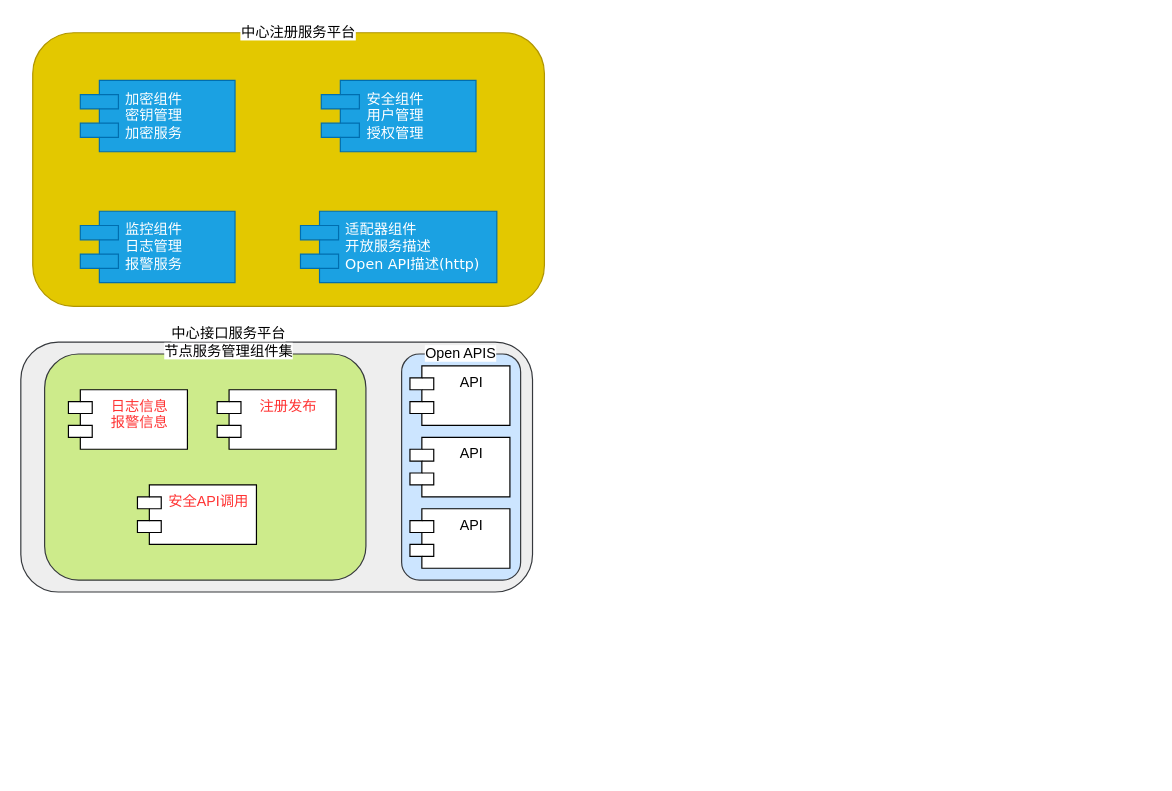
Before: Untitled Diagram.drawio in liufeng4466/dubbo, a draw.io diagram. Source tidied: cells renumbered, new cells numbered last; positions are measured from the earlier drawing's top-left corner, leaving out a move shared by most shapes. Both pictures are drawn from the tidied source at 119%, with x=0, y=0 at pixel (20, 20).
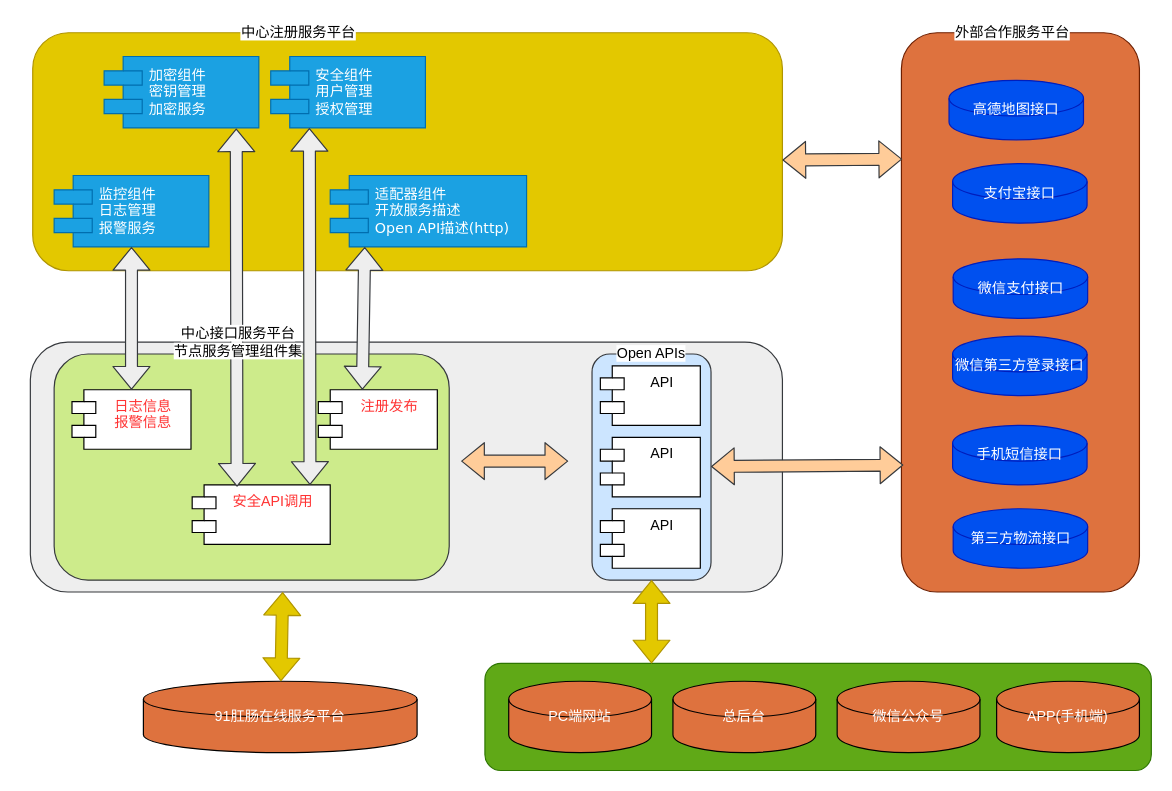
The same diagram, later.

Diff of the diagram source:
```diff
@@
+    <mxCell id="19" style="group;" parent="1" vertex="1">
+      <mxGeometry x="8" width="942" height="630" as="geometry" />
+    </mxCell>
-    <mxCell id="2" style="rounded=1;whiteSpace=wrap;html=1;fillColor=#eeeeee;strokeColor=#36393d;" parent="1" vertex="1">
-      <mxGeometry y="270" width="430" height="210" as="geometry" />
+    <mxCell id="2" style="rounded=1;whiteSpace=wrap;html=1;fillColor=#eeeeee;strokeColor=#36393d;" parent="19" vertex="1">
+      <mxGeometry y="270" width="632" height="210" as="geometry" />
     </mxCell>
-    <mxCell id="3" style="rounded=1;whiteSpace=wrap;html=1;fillColor=#cdeb8b;strokeColor=#36393d;" parent="1" vertex="1">
-      <mxGeometry x="20" y="280" width="270" height="190" as="geometry" />
+    <mxCell id="3" style="rounded=1;whiteSpace=wrap;html=1;fillColor=#cdeb8b;strokeColor=#36393d;" parent="19" vertex="1">
+      <mxGeometry x="20" y="280" width="332" height="190" as="geometry" />
     </mxCell>
-    <mxCell id="4" value="日志信息&#10;报警信息" style="shape=module;align=left;spacingLeft=20;align=center;verticalAlign=top;fontColor=#FF3333;" parent="1" vertex="1">
-      <mxGeometry x="40" y="310" width="100" height="50" as="geometry" />
+    <mxCell id="4" value="日志信息&#10;报警信息" style="shape=module;align=left;spacingLeft=20;align=center;verticalAlign=top;fontColor=#FF3333;" parent="19" vertex="1">
+      <mxGeometry x="35" y="310" width="100" height="50" as="geometry" />
     </mxCell>
-    <mxCell id="5" value="注册发布" style="shape=module;align=left;spacingLeft=20;align=center;verticalAlign=top;fontColor=#FF3333;" parent="1" vertex="1">
-      <mxGeometry x="165" y="310" width="100" height="50" as="geometry" />
+    <mxCell id="5" value="注册发布" style="shape=module;align=left;spacingLeft=20;align=center;verticalAlign=top;fontColor=#FF3333;" parent="19" vertex="1">
+      <mxGeometry x="242" y="310" width="100" height="50" as="geometry" />
     </mxCell>
-    <mxCell id="6" value="安全API调用" style="shape=module;align=left;spacingLeft=20;align=center;verticalAlign=top;fontColor=#FF3333;" parent="1" vertex="1">
-      <mxGeometry x="98" y="390" width="100" height="50" as="geometry" />
+    <mxCell id="6" value="安全API调用" style="shape=module;align=left;spacingLeft=20;align=center;verticalAlign=top;fontColor=#FF3333;" parent="19" vertex="1">
+      <mxGeometry x="136" y="390" width="116" height="50" as="geometry" />
     </mxCell>
-    <mxCell id="7" style="rounded=1;whiteSpace=wrap;html=1;fillColor=#cce5ff;strokeColor=#36393d;" parent="1" vertex="1">
-      <mxGeometry x="320" y="280" width="100" height="190" as="geometry" />
+    <mxCell id="7" style="rounded=1;whiteSpace=wrap;html=1;fillColor=#cce5ff;strokeColor=#36393d;" parent="19" vertex="1">
+      <mxGeometry x="472" y="280" width="100" height="190" as="geometry" />
     </mxCell>
-    <mxCell id="8" value="API" style="shape=module;align=left;spacingLeft=20;align=center;verticalAlign=top;" parent="1" vertex="1">
-      <mxGeometry x="327" y="290" width="84" height="50" as="geometry" />
+    <mxCell id="8" value="API" style="shape=module;align=left;spacingLeft=20;align=center;verticalAlign=top;" parent="19" vertex="1">
+      <mxGeometry x="479" y="290" width="84" height="50" as="geometry" />
     </mxCell>
-    <mxCell id="9" value="API" style="shape=module;align=left;spacingLeft=20;align=center;verticalAlign=top;" parent="1" vertex="1">
-      <mxGeometry x="327" y="350" width="84" height="50" as="geometry" />
+    <mxCell id="9" value="API" style="shape=module;align=left;spacingLeft=20;align=center;verticalAlign=top;" parent="19" vertex="1">
+      <mxGeometry x="479" y="350" width="84" height="50" as="geometry" />
     </mxCell>
-    <mxCell id="10" value="API" style="shape=module;align=left;spacingLeft=20;align=center;verticalAlign=top;" parent="1" vertex="1">
-      <mxGeometry x="327" y="410" width="84" height="50" as="geometry" />
+    <mxCell id="10" value="API" style="shape=module;align=left;spacingLeft=20;align=center;verticalAlign=top;" parent="19" vertex="1">
+      <mxGeometry x="479" y="410" width="84" height="50" as="geometry" />
     </mxCell>
-    <mxCell id="11" style="rounded=1;whiteSpace=wrap;html=1;fillColor=#e3c800;strokeColor=#B09500;fontColor=#ffffff;" parent="1" vertex="1">
-      <mxGeometry x="10" y="10" width="430" height="230" as="geometry" />
+    <mxCell id="11" style="rounded=1;whiteSpace=wrap;html=1;fillColor=#e3c800;strokeColor=#B09500;fontColor=#ffffff;" parent="19" vertex="1">
+      <mxGeometry x="2" y="10" width="630" height="200" as="geometry" />
     </mxCell>
-    <mxCell id="12" value="加密组件&lt;br&gt;密钥管理&lt;br&gt;加密服务" style="shape=component;align=left;spacingLeft=36;rounded=0;shadow=0;comic=0;labelBackgroundColor=none;strokeWidth=1;fontFamily=Verdana;fontSize=12;html=1;fillColor=#1ba1e2;strokeColor=#006EAF;fontColor=#ffffff;" parent="1" vertex="1">
-      <mxGeometry x="50" y="50" width="130" height="60" as="geometry" />
+    <mxCell id="12" value="加密组件&lt;br&gt;密钥管理&lt;br&gt;加密服务" style="shape=component;align=left;spacingLeft=36;rounded=0;shadow=0;comic=0;labelBackgroundColor=none;strokeWidth=1;fontFamily=Verdana;fontSize=12;html=1;fillColor=#1ba1e2;strokeColor=#006EAF;fontColor=#ffffff;" parent="19" vertex="1">
+      <mxGeometry x="62" y="30" width="130" height="60" as="geometry" />
     </mxCell>
-    <mxCell id="13" value="安全组件&lt;br&gt;用户管理&lt;br&gt;授权管理" style="shape=component;align=left;spacingLeft=36;rounded=0;shadow=0;comic=0;labelBackgroundColor=none;strokeWidth=1;fontFamily=Verdana;fontSize=12;html=1;fillColor=#1ba1e2;strokeColor=#006EAF;fontColor=#ffffff;" parent="1" vertex="1">
-      <mxGeometry x="252.5" y="50" width="130" height="60" as="geometry" />
+    <mxCell id="13" value="安全组件&lt;br&gt;用户管理&lt;br&gt;授权管理" style="shape=component;align=left;spacingLeft=36;rounded=0;shadow=0;comic=0;labelBackgroundColor=none;strokeWidth=1;fontFamily=Verdana;fontSize=12;html=1;fillColor=#1ba1e2;strokeColor=#006EAF;fontColor=#ffffff;" parent="19" vertex="1">
+      <mxGeometry x="202" y="30" width="130" height="60" as="geometry" />
     </mxCell>
-    <mxCell id="14" value="监控组件&lt;br&gt;日志管理&lt;br&gt;报警服务" style="shape=component;align=left;spacingLeft=36;rounded=0;shadow=0;comic=0;labelBackgroundColor=none;strokeWidth=1;fontFamily=Verdana;fontSize=12;html=1;fillColor=#1ba1e2;strokeColor=#006EAF;fontColor=#ffffff;" parent="1" vertex="1">
-      <mxGeometry x="50" y="160" width="130" height="60" as="geometry" />
+    <mxCell id="14" value="监控组件&lt;br&gt;日志管理&lt;br&gt;报警服务" style="shape=component;align=left;spacingLeft=36;rounded=0;shadow=0;comic=0;labelBackgroundColor=none;strokeWidth=1;fontFamily=Verdana;fontSize=12;html=1;fillColor=#1ba1e2;strokeColor=#006EAF;fontColor=#ffffff;" parent="19" vertex="1">
+      <mxGeometry x="20" y="130" width="130" height="60" as="geometry" />
     </mxCell>
-    <mxCell id="15" value="适配器组件&lt;br&gt;开放服务描述&lt;br&gt;Open API描述(http)" style="shape=component;align=left;spacingLeft=36;rounded=0;shadow=0;comic=0;labelBackgroundColor=none;strokeWidth=1;fontFamily=Verdana;fontSize=12;html=1;fillColor=#1ba1e2;strokeColor=#006EAF;fontColor=#ffffff;" parent="1" vertex="1">
-      <mxGeometry x="235" y="160" width="165" height="60" as="geometry" />
+    <mxCell id="15" value="适配器组件&lt;br&gt;开放服务描述&lt;br&gt;Open API描述(http)" style="shape=component;align=left;spacingLeft=36;rounded=0;shadow=0;comic=0;labelBackgroundColor=none;strokeWidth=1;fontFamily=Verdana;fontSize=12;html=1;fillColor=#1ba1e2;strokeColor=#006EAF;fontColor=#ffffff;" parent="19" vertex="1">
+      <mxGeometry x="252" y="130" width="165" height="60" as="geometry" />
     </mxCell>
-    <mxCell id="16" value="&lt;span style=&quot;background-color: rgb(255 , 255 , 255)&quot;&gt;中心注册服务平台&lt;/span&gt;" style="text;html=1;strokeColor=none;fillColor=none;align=center;verticalAlign=middle;whiteSpace=wrap;rounded=0;" parent="1" vertex="1">
-      <mxGeometry x="180" width="107" height="20" as="geometry" />
+    <mxCell id="16" value="&lt;span style=&quot;background-color: rgb(255 , 255 , 255)&quot;&gt;中心注册服务平台&lt;/span&gt;" style="text;html=1;strokeColor=none;fillColor=none;align=center;verticalAlign=middle;whiteSpace=wrap;rounded=0;" parent="19" vertex="1">
+      <mxGeometry x="172" width="107" height="20" as="geometry" />
     </mxCell>
+    <mxCell id="18" value="&lt;span style=&quot;background-color: rgb(255 , 255 , 255)&quot;&gt;Open APIs&lt;br&gt;&lt;/span&gt;" style="text;html=1;strokeColor=none;fillColor=none;align=center;verticalAlign=middle;whiteSpace=wrap;rounded=0;" parent="19" vertex="1">
+      <mxGeometry x="462" y="270" width="120" height="20" as="geometry" />
+    </mxCell>
+    <mxCell id="20" style="shape=flexArrow;endArrow=classic;startArrow=classic;html=1;fontColor=#000000;fillColor=#ffcc99;strokeColor=#36393d;" parent="19" edge="1">
+      <mxGeometry relative="1" as="geometry">
+        <mxPoint x="362" y="370" as="sourcePoint" />
+        <mxPoint x="452" y="370" as="targetPoint" />
+      </mxGeometry>
+    </mxCell>
+    <mxCell id="21" style="shape=flexArrow;endArrow=classic;startArrow=classic;html=1;fontColor=#000000;exitX=0.5;exitY=0;exitDx=0;exitDy=0;entryX=0.5;entryY=1;entryDx=0;entryDy=0;fillColor=#eeeeee;strokeColor=#36393d;" parent="19" edge="1" source="4" target="14">
+      <mxGeometry relative="1" as="geometry" />
+    </mxCell>
+    <mxCell id="22" style="shape=flexArrow;endArrow=classic;startArrow=classic;html=1;fontColor=#000000;fillColor=#eeeeee;strokeColor=#36393d;exitX=0.325;exitY=0.03;exitDx=0;exitDy=0;exitPerimeter=0;entryX=0.854;entryY=1.008;entryDx=0;entryDy=0;entryPerimeter=0;" parent="19" edge="1" source="6" target="12">
+      <mxGeometry relative="1" as="geometry" />
+    </mxCell>
+    <mxCell id="23" style="shape=flexArrow;endArrow=classic;startArrow=classic;html=1;fontColor=#000000;exitX=0.5;exitY=0;exitDx=0;exitDy=0;entryX=0.5;entryY=1;entryDx=0;entryDy=0;fillColor=#eeeeee;strokeColor=#36393d;" parent="19" edge="1">
+      <mxGeometry relative="1" as="geometry">
+        <mxPoint x="279" y="310" as="sourcePoint" />
+        <mxPoint x="281" y="190" as="targetPoint" />
+      </mxGeometry>
+    </mxCell>
+    <mxCell id="24" style="shape=flexArrow;endArrow=classic;startArrow=classic;html=1;fontColor=#000000;fillColor=#eeeeee;strokeColor=#36393d;entryX=0.25;entryY=1;entryDx=0;entryDy=0;" parent="19" edge="1" target="13">
+      <mxGeometry relative="1" as="geometry">
+        <mxPoint x="235" y="390" as="sourcePoint" />
+      </mxGeometry>
+    </mxCell>
-    <mxCell id="17" value="&lt;span style=&quot;background-color: rgb(255 , 255 , 255)&quot;&gt;中心接口服务平台&lt;br&gt;节点服务管理组件集&lt;br&gt;&lt;/span&gt;" style="text;html=1;strokeColor=none;fillColor=none;align=center;verticalAlign=middle;whiteSpace=wrap;rounded=0;" parent="1" vertex="1">
+    <mxCell id="17" value="&lt;span style=&quot;background-color: rgb(255 , 255 , 255)&quot;&gt;中心接口服务平台&lt;br&gt;节点服务管理组件集&lt;br&gt;&lt;/span&gt;" style="text;html=1;strokeColor=none;fillColor=none;align=center;verticalAlign=middle;whiteSpace=wrap;rounded=0;" parent="19" vertex="1">
       <mxGeometry x="115" y="260" width="120" height="20" as="geometry" />
     </mxCell>
-    <mxCell id="18" value="&lt;span style=&quot;background-color: rgb(255 , 255 , 255)&quot;&gt;Open APIS&lt;br&gt;&lt;/span&gt;" style="text;html=1;strokeColor=none;fillColor=none;align=center;verticalAlign=middle;whiteSpace=wrap;rounded=0;" parent="1" vertex="1">
-      <mxGeometry x="310" y="270" width="120" height="20" as="geometry" />
-    </mxCell>
+    <mxCell id="25" style="rounded=1;whiteSpace=wrap;html=1;fontColor=#ffffff;strokeColor=#6D1F00;fillColor=#DE723E;" parent="19" vertex="1">
+      <mxGeometry x="732" y="10" width="200" height="470" as="geometry" />
+    </mxCell>
+    <mxCell id="26" value="&lt;span style=&quot;background-color: rgb(255 , 255 , 255)&quot;&gt;外部合作服务平台&lt;/span&gt;" style="text;html=1;strokeColor=none;fillColor=none;align=center;verticalAlign=middle;whiteSpace=wrap;rounded=0;" parent="19" vertex="1">
+      <mxGeometry x="772" width="107" height="20" as="geometry" />
+    </mxCell>
+    <mxCell id="27" value="高德地图接口" style="shape=cylinder2;whiteSpace=wrap;html=1;boundedLbl=1;backgroundOutline=1;size=15;fillColor=#0050ef;fontColor=#ffffff;strokeColor=#001DBC;" parent="19" vertex="1">
+      <mxGeometry x="772" y="50" width="113" height="50" as="geometry" />
+    </mxCell>
+    <mxCell id="28" value="支付宝接口" style="shape=cylinder2;whiteSpace=wrap;html=1;boundedLbl=1;backgroundOutline=1;size=15;fillColor=#0050ef;fontColor=#ffffff;strokeColor=#001DBC;" parent="19" vertex="1">
+      <mxGeometry x="775" y="120" width="113" height="50" as="geometry" />
+    </mxCell>
+    <mxCell id="29" value="微信支付接口" style="shape=cylinder2;whiteSpace=wrap;html=1;boundedLbl=1;backgroundOutline=1;size=15;fillColor=#0050ef;fontColor=#ffffff;strokeColor=#001DBC;" parent="19" vertex="1">
+      <mxGeometry x="775.5" y="200" width="113" height="50" as="geometry" />
+    </mxCell>
+    <mxCell id="30" value="微信第三方登录接口" style="shape=cylinder2;whiteSpace=wrap;html=1;boundedLbl=1;backgroundOutline=1;size=15;fillColor=#0050ef;fontColor=#ffffff;strokeColor=#001DBC;" parent="19" vertex="1">
+      <mxGeometry x="775" y="265" width="113" height="50" as="geometry" />
+    </mxCell>
+    <mxCell id="31" value="手机短信接口" style="shape=cylinder2;whiteSpace=wrap;html=1;boundedLbl=1;backgroundOutline=1;size=15;fillColor=#0050ef;fontColor=#ffffff;strokeColor=#001DBC;" parent="19" vertex="1">
+      <mxGeometry x="775" y="340" width="113" height="50" as="geometry" />
+    </mxCell>
+    <mxCell id="32" value="第三方物流接口" style="shape=cylinder2;whiteSpace=wrap;html=1;boundedLbl=1;backgroundOutline=1;size=15;fillColor=#0050ef;fontColor=#ffffff;strokeColor=#001DBC;" parent="19" vertex="1">
+      <mxGeometry x="775.5" y="410" width="113" height="50" as="geometry" />
+    </mxCell>
+    <mxCell id="33" value="&lt;font color=&quot;#ffffff&quot;&gt;91肛肠在线服务平台&lt;/font&gt;" style="shape=cylinder2;whiteSpace=wrap;html=1;boundedLbl=1;backgroundOutline=1;size=15;fillColor=#DE723E;fontColor=#000000;" parent="19" vertex="1">
+      <mxGeometry x="95" y="555" width="230" height="60" as="geometry" />
+    </mxCell>
+    <mxCell id="34" style="rounded=1;whiteSpace=wrap;html=1;fillColor=#60a917;fontColor=#ffffff;strokeColor=#2D7600;" parent="19" vertex="1">
+      <mxGeometry x="382" y="540" width="560" height="90" as="geometry" />
+    </mxCell>
+    <mxCell id="35" value="&lt;font color=&quot;#ffffff&quot;&gt;PC端网站&lt;/font&gt;" style="shape=cylinder2;whiteSpace=wrap;html=1;boundedLbl=1;backgroundOutline=1;size=15;fillColor=#DE723E;fontColor=#000000;" parent="19" vertex="1">
+      <mxGeometry x="402" y="555" width="120" height="60" as="geometry" />
+    </mxCell>
+    <mxCell id="36" value="&lt;font color=&quot;#ffffff&quot;&gt;总后台&lt;/font&gt;" style="shape=cylinder2;whiteSpace=wrap;html=1;boundedLbl=1;backgroundOutline=1;size=15;fillColor=#DE723E;fontColor=#000000;" parent="19" vertex="1">
+      <mxGeometry x="540" y="555" width="120" height="60" as="geometry" />
+    </mxCell>
+    <mxCell id="37" value="&lt;font color=&quot;#ffffff&quot;&gt;微信公众号&lt;/font&gt;" style="shape=cylinder2;whiteSpace=wrap;html=1;boundedLbl=1;backgroundOutline=1;size=15;fillColor=#DE723E;fontColor=#000000;" parent="19" vertex="1">
+      <mxGeometry x="678" y="555" width="120" height="60" as="geometry" />
+    </mxCell>
+    <mxCell id="38" value="&lt;font color=&quot;#ffffff&quot;&gt;APP(手机端)&lt;/font&gt;" style="shape=cylinder2;whiteSpace=wrap;html=1;boundedLbl=1;backgroundOutline=1;size=15;fillColor=#DE723E;fontColor=#000000;" parent="19" vertex="1">
+      <mxGeometry x="812" y="555" width="120" height="60" as="geometry" />
+    </mxCell>
+    <mxCell id="39" style="shape=flexArrow;endArrow=classic;startArrow=classic;html=1;fontColor=#000000;fillColor=#e3c800;strokeColor=#B09500;" parent="19" edge="1" source="33">
+      <mxGeometry relative="1" as="geometry">
+        <mxPoint x="212" y="480" as="targetPoint" />
+      </mxGeometry>
+    </mxCell>
+    <mxCell id="40" style="shape=flexArrow;endArrow=classic;startArrow=classic;html=1;fontColor=#000000;fillColor=#e3c800;strokeColor=#B09500;entryX=0.5;entryY=1;entryDx=0;entryDy=0;exitX=0.25;exitY=0;exitDx=0;exitDy=0;" parent="19" edge="1" source="34" target="7">
+      <mxGeometry relative="1" as="geometry" />
+    </mxCell>
+    <mxCell id="41" style="shape=flexArrow;endArrow=classic;startArrow=classic;html=1;fontColor=#000000;fillColor=#ffcc99;strokeColor=#36393d;entryX=0.008;entryY=0.773;entryDx=0;entryDy=0;entryPerimeter=0;" parent="19" edge="1" target="25">
+      <mxGeometry relative="1" as="geometry">
+        <mxPoint x="572" y="374.5" as="sourcePoint" />
+      </mxGeometry>
+    </mxCell>
+    <mxCell id="42" style="shape=flexArrow;endArrow=classic;startArrow=classic;html=1;fontColor=#000000;fillColor=#ffcc99;strokeColor=#36393d;entryX=0.003;entryY=0.226;entryDx=0;entryDy=0;entryPerimeter=0;" parent="19" edge="1" target="25">
+      <mxGeometry relative="1" as="geometry">
+        <mxPoint x="632" y="117" as="sourcePoint" />
+      </mxGeometry>
+    </mxCell>
```
